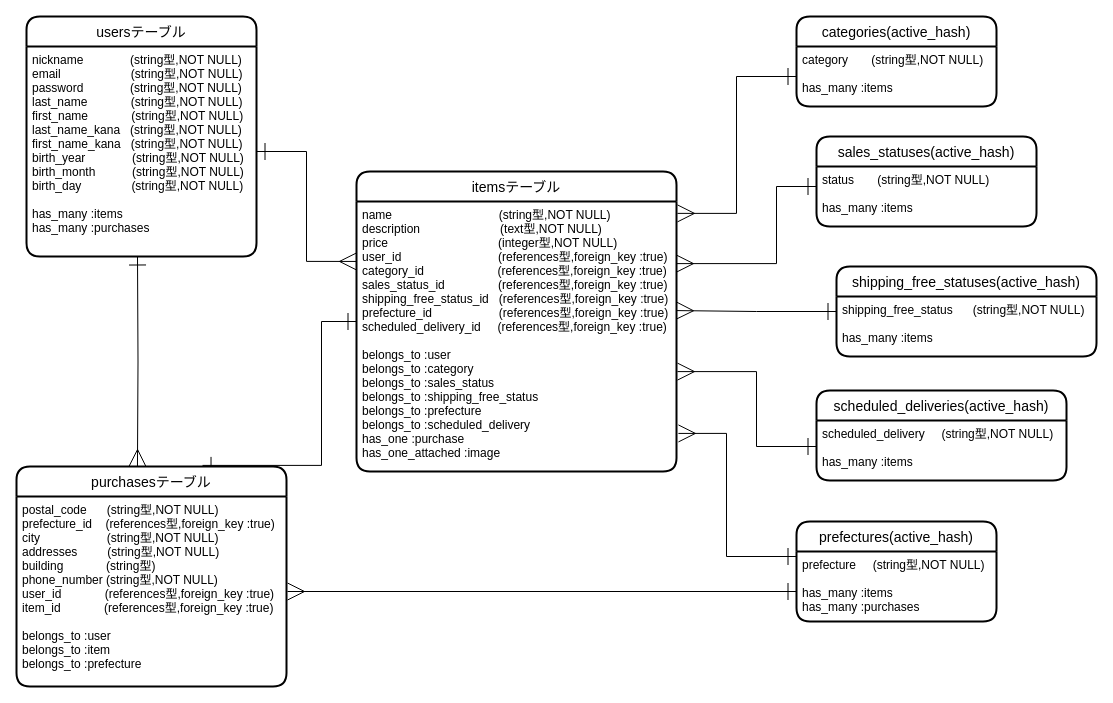
Before: DB設計.dio in Yamafuku0717/furima-34794, a draw.io diagram. Source tidied: cells renumbered, new cells numbered last; positions are measured from the earlier drawing's top-left corner, leaving out a move shared by most shapes. Both pictures are drawn from the tidied source at 100%, with x=0, y=0 at pixel (16, 16).
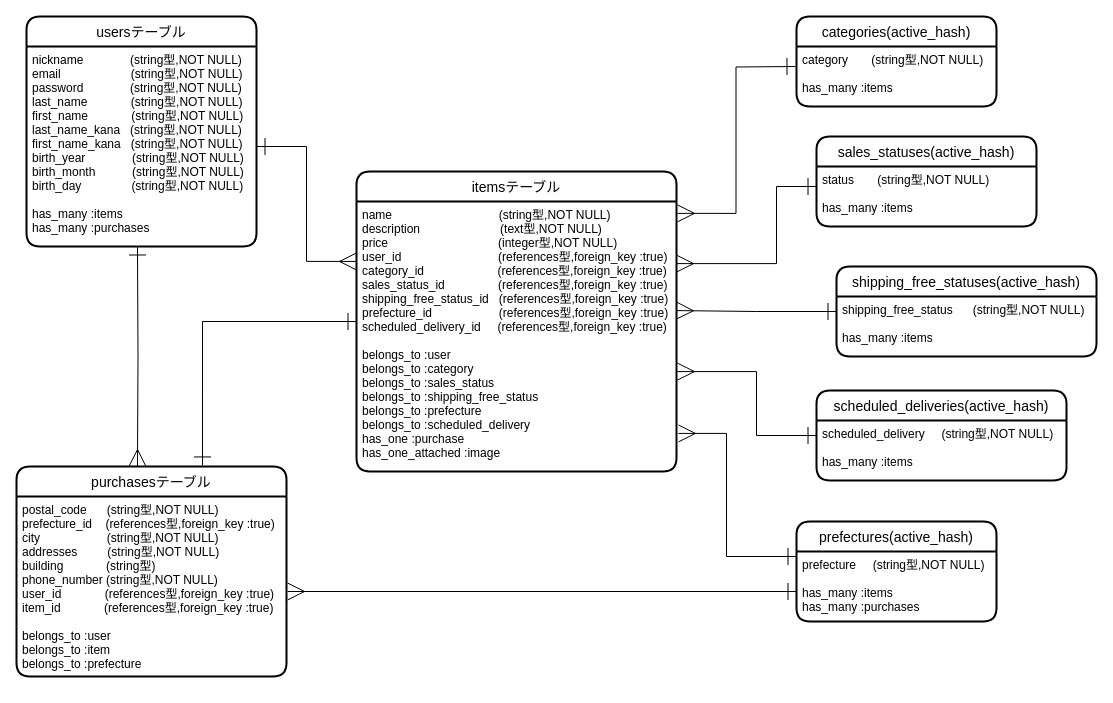
The same diagram, later.

The change refers to these unchanged cells:
```xml
<mxCell id="6" value="name                                (string型,NOT NULL)&#10;description                        (text型,NOT NULL)&#10;price                                 (integer型,NOT NULL)&#10;user_id                             (references型,foreign_key :true)&#10;category_id                      (references型,foreign_key :true)&#10;sales_status_id                (references型,foreign_key :true)&#10;shipping_free_status_id   (references型,foreign_key :true)&#10;prefecture_id                    (references型,foreign_key :true)&#10;scheduled_delivery_id     (references型,foreign_key :true)&#10;&#10;belongs_to :user&#10;belongs_to :category&#10;belongs_to :sales_status&#10;belongs_to :shipping_free_status&#10;belongs_to :prefecture&#10;belongs_to :scheduled_delivery&#10;has_one :purchase&#10;has_one_attached :image" style="align=left;strokeColor=none;fillColor=none;spacingLeft=4;fontSize=12;verticalAlign=top;" parent="5" vertex="1">
  <mxGeometry y="30" width="320" height="270" as="geometry" />
</mxCell>
<mxCell id="10" value="category       (string型,NOT NULL)&#10;&#10;has_many :items" style="align=left;strokeColor=none;fillColor=none;spacingLeft=4;fontSize=12;verticalAlign=top;" parent="9" vertex="1">
  <mxGeometry y="30" width="200" height="60" as="geometry" />
</mxCell>
<mxCell id="15" value="scheduled_delivery     (string型,NOT NULL)&#10;&#10;has_many :items" style="align=left;strokeColor=none;fillColor=none;spacingLeft=4;fontSize=12;verticalAlign=top;" parent="14" vertex="1">
  <mxGeometry y="30" width="250" height="60" as="geometry" />
</mxCell>
```

The edit, as a diff of the source:
```diff
@@
     <mxCell id="2" value="usersテーブル" style="swimlane;horizontal=1;startSize=30;rounded=1;fontSize=14;fontStyle=0;strokeWidth=2;shadow=0;dashed=0;align=center;" parent="1" vertex="1">
-      <mxGeometry x="10" width="230" height="240" as="geometry" />
+      <mxGeometry x="10" width="230" height="230" as="geometry" />
     </mxCell>
     <mxCell id="3" value="nickname              (string型,NOT NULL)&#10;email                     (string型,NOT NULL)&#10;password              (string型,NOT NULL)&#10;last_name             (string型,NOT NULL)&#10;first_name             (string型,NOT NULL)&#10;last_name_kana   (string型,NOT NULL)&#10;first_name_kana   (string型,NOT NULL)&#10;birth_year              (string型,NOT NULL)&#10;birth_month           (string型,NOT NULL)&#10;birth_day               (string型,NOT NULL)&#10;&#10;has_many :items&#10;has_many :purchases" style="align=left;fillColor=none;spacingLeft=4;fontSize=12;verticalAlign=top;strokeColor=none;" parent="2" vertex="1">
-      <mxGeometry y="30" width="230" height="210" as="geometry" />
+      <mxGeometry y="30" width="230" height="200" as="geometry" />
     </mxCell>
@@
     <mxCell id="16" value="purchasesテーブル" style="swimlane;horizontal=1;startSize=30;rounded=1;fontSize=14;fontStyle=0;strokeWidth=2;shadow=0;dashed=0;align=center;" parent="1" vertex="1">
-      <mxGeometry y="450" width="270" height="220" as="geometry" />
+      <mxGeometry y="450" width="270" height="210" as="geometry" />
     </mxCell>
     <mxCell id="17" value="postal_code      (string型,NOT NULL)&#10;prefecture_id    (references型,foreign_key :true)&#10;city                    (string型,NOT NULL)&#10;addresses         (string型,NOT NULL)&#10;building　　　  (string型)&#10;phone_number (string型,NOT NULL)&#10;user_id             (references型,foreign_key :true)&#10;item_id             (references型,foreign_key :true)&#10;&#10;belongs_to :user&#10;belongs_to :item&#10;belongs_to :prefecture" style="align=left;strokeColor=none;fillColor=none;spacingLeft=4;fontSize=12;verticalAlign=top;" parent="16" vertex="1">
-      <mxGeometry y="30" width="270" height="190" as="geometry" />
+      <mxGeometry y="30" width="270" height="180" as="geometry" />
     </mxCell>
-    <mxCell id="18" style="edgeStyle=orthogonalEdgeStyle;rounded=0;jettySize=auto;html=1;entryX=1.003;entryY=0.044;entryDx=0;entryDy=0;entryPerimeter=0;endArrow=ERmany;endFill=0;startArrow=ERone;startFill=0;endSize=15;startSize=15;" parent="1" edge="1" source="10" target="6">
-      <mxGeometry relative="1" as="geometry" />
+    <mxCell id="18" style="edgeStyle=orthogonalEdgeStyle;rounded=0;jettySize=auto;html=1;entryX=1.003;entryY=0.044;entryDx=0;entryDy=0;entryPerimeter=0;endArrow=ERmany;endFill=0;startArrow=ERone;startFill=0;endSize=15;startSize=15;" parent="1" edge="1" target="6">
+      <mxGeometry relative="1" as="geometry">
+        <mxPoint x="779" y="50" as="sourcePoint" />
+      </mxGeometry>
     </mxCell>
@@
-    <mxCell id="20" style="edgeStyle=orthogonalEdgeStyle;rounded=0;jettySize=auto;html=1;entryX=1.003;entryY=0.63;entryDx=0;entryDy=0;entryPerimeter=0;startArrow=ERone;startFill=0;startSize=15;endSize=15;endArrow=ERmany;endFill=0;" parent="1" edge="1" source="15" target="6">
+    <mxCell id="20" style="edgeStyle=orthogonalEdgeStyle;rounded=0;jettySize=auto;html=1;entryX=1.003;entryY=0.63;entryDx=0;entryDy=0;entryPerimeter=0;startArrow=ERone;startFill=0;startSize=15;endSize=15;endArrow=ERmany;endFill=0;exitX=0;exitY=0.25;exitDx=0;exitDy=0;" parent="1" edge="1" source="15" target="6">
       <mxGeometry relative="1" as="geometry">
         <Array as="points">
-          <mxPoint x="740" y="430" />
+          <mxPoint x="740" y="419" />
           <mxPoint x="740" y="355" />
         </Array>
       </mxGeometry>
     </mxCell>
     <mxCell id="21" style="edgeStyle=orthogonalEdgeStyle;rounded=0;jettySize=auto;html=1;entryX=0.448;entryY=0;entryDx=0;entryDy=0;entryPerimeter=0;startArrow=ERone;startFill=0;startSize=15;endArrow=ERmany;endFill=0;endSize=15;" parent="1" edge="1" target="16">
       <mxGeometry relative="1" as="geometry">
-        <mxPoint x="121" y="240" as="sourcePoint" />
+        <mxPoint x="121" y="230" as="sourcePoint" />
       </mxGeometry>
     </mxCell>
```
